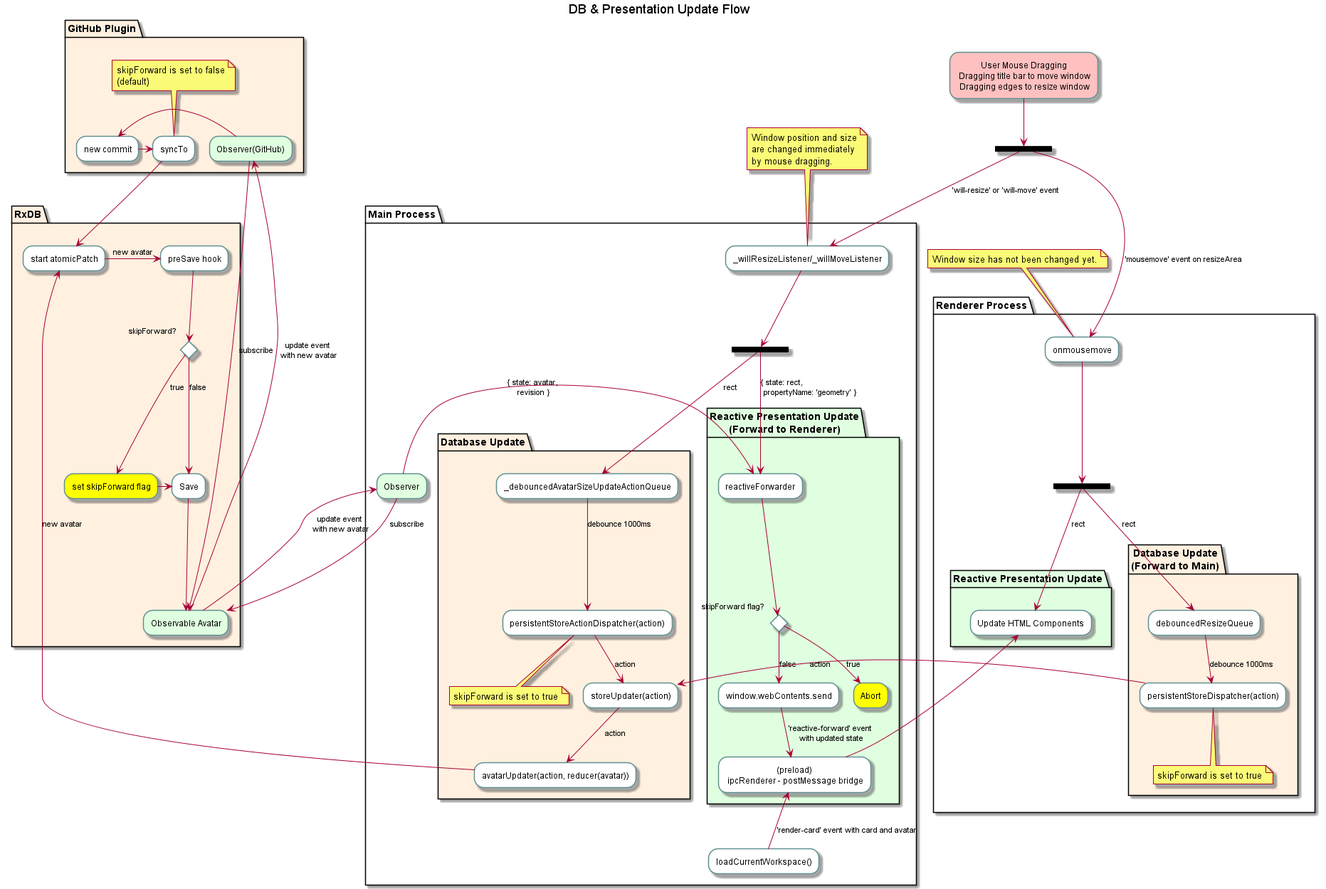
Above: doc/rxdesktop_store.png in sosuisen/rxdesktop (PlantUML), before the change.
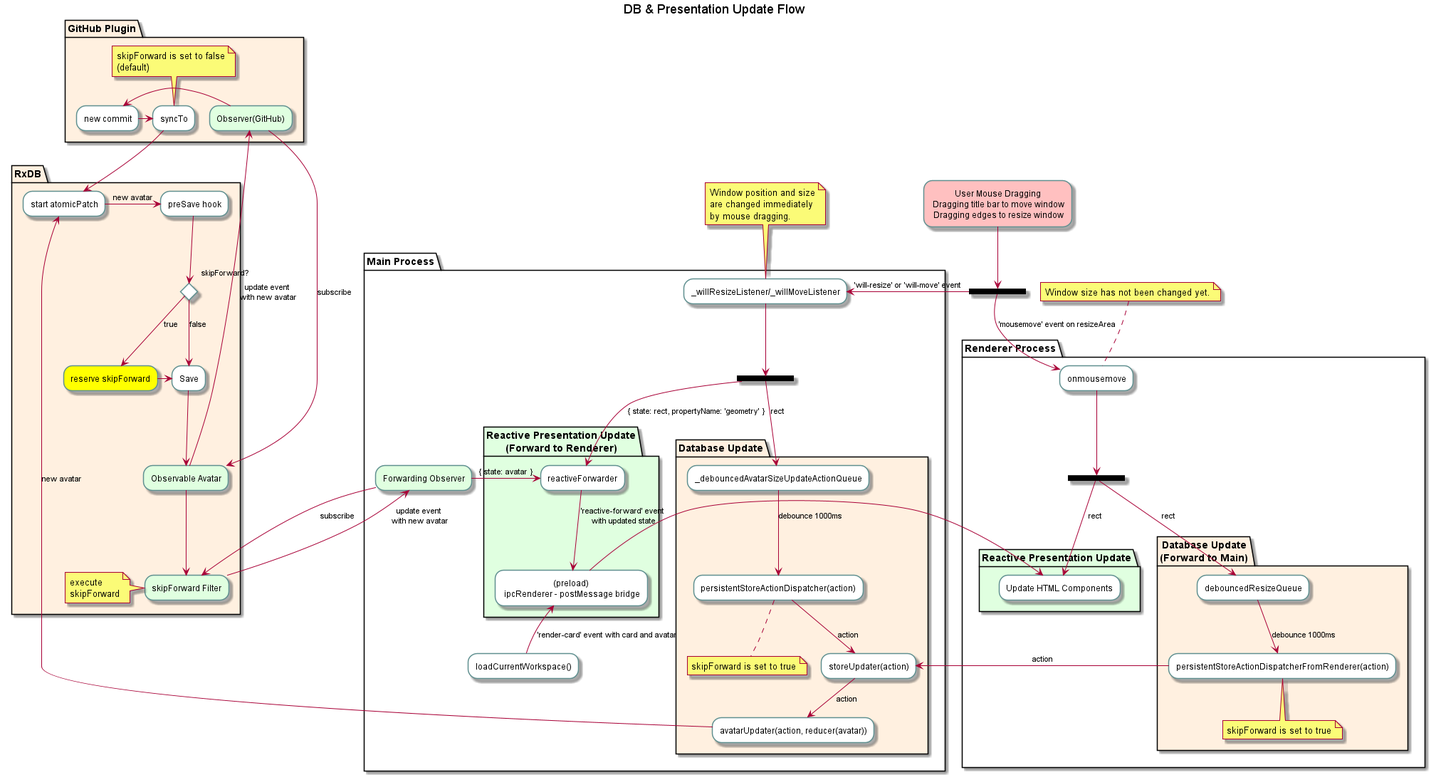
After the change.

Commit message:
fix: Fix skipForwaed filter on diagram

The edit, as a diff of the source:
```diff
@@ -8,7 +8,7 @@
 
 
 partition "Main Process" {
-    "_willResizeListener/_willMoveListener" -down-> ===B1===
+    "_willResizeListener/_willMoveListener" --> ===B1===
 
     partition "Database Update" #fff0e0 {
         ===B1=== --> [rect] "_debouncedAvatarSizeUpdateActionQueue"
@@ -20,15 +20,10 @@
         "storeUpdater(action)" --> [action] "avatarUpdater(action, reducer(avatar))"
     }
     partition "Reactive Presentation Update\n(Forward to Renderer)" #e0ffe0 {
-        ===B1=== --> [{ state: rect,                         \n propertyName: 'geometry' }] "reactiveForwarder"
-        if "skipForward flag?" then
-            -->[true] "Abort" #ffff00
-        else
-            -->[false] "window.webContents.send"
-        endif
-        "window.webContents.send" --> ['reactive-forward' event\n with updated state] "(preload)\n ipcRenderer - postMessage bridge"
+        ===B1=== --> [{ state: rect, propertyName: 'geometry' }] "reactiveForwarder"
+        --> ['reactive-forward' event\n with updated state] "(preload)\n ipcRenderer - postMessage bridge"
     }
-    "Observer" #e0ffe0 -right-> [{ state: avatar,\n revision }] "reactiveForwarder"
+    "Forwarding Observer" #e0ffe0 -right-> [{ state: avatar }] "reactiveForwarder"
     "loadCurrentWorkspace()" -up-> ['render-card' event with card and avatar] "(preload)\n ipcRenderer - postMessage bridge"
 
 }
@@ -37,14 +32,19 @@
     "avatarUpdater(action, reducer(avatar))" --> [new avatar] "start atomicPatch"
     "start atomicPatch" -left-> [new avatar] "preSave hook"
     if "skipForward?" then
-        --> [true] "set skipForward flag" #ffff00
+        --> [true] "reserve skipForward" #ffff00
         -right-> "Save"
     else
         --> [false] "Save"
     "Save" -down-> "Observable Avatar"
+    "Observable Avatar" #e0ffe0 --> "skipForward Filter" #e0ffe0
+    note left
+        execute
+        skipForward
+    end note
 
-    "Observer" --> [subscribe] "Observable Avatar"
-    "Observable Avatar" #e0ffe0 --> [update event\n with new avatar] "Observer"
+    "Forwarding Observer" --> [subscribe] "skipForward Filter"
+    "skipForward Filter" --> [update event\n with new avatar] "Forwarding Observer"
 }
 
 partition "GitHub Plugin" #fff0e0 {
@@ -67,16 +67,16 @@
     }
     partition "Database Update\n(Forward to Main)" #fff0e0 {
     ===B2=== --> [rect] "debouncedResizeQueue"
-        "debouncedResizeQueue" --> [debounce 1000ms] "persistentStoreDispatcher(action)"
+        "debouncedResizeQueue" --> [debounce 1000ms] "persistentStoreActionDispatcherFromRenderer(action)"
         note bottom
           skipForward is set to true
         end note
-        "persistentStoreDispatcher(action)" -right-> [action] "storeUpdater(action)"
+        "persistentStoreActionDispatcherFromRenderer(action)" -right-> [action] "storeUpdater(action)"
     }
 }
 
 "User Mouse Dragging\n Dragging title bar to move window\n Dragging edges to resize window" #ffc0c0 --> ===B0===
---> ['will-resize' or 'will-move' event] "_willResizeListener/_willMoveListener"
+-right-> ['will-resize' or 'will-move' event] "_willResizeListener/_willMoveListener"
 note top
     Window position and size
     are changed immediately
```
